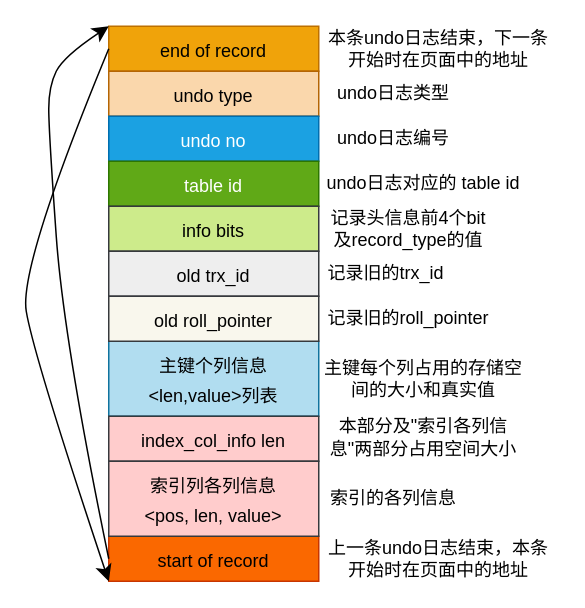
Earlier version of the draw.io diagram page "trx undo del mask" (24 of 25) of mysql/mysql查询.drawio (josek43326/draw.io). Source tidied: cells renumbered, new cells numbered last; positions are measured from the earlier drawing's top-left corner, leaving out a move shared by most shapes. Both pictures are drawn from the tidied source at 150%, with x=0, y=0 at pixel (18, 26).
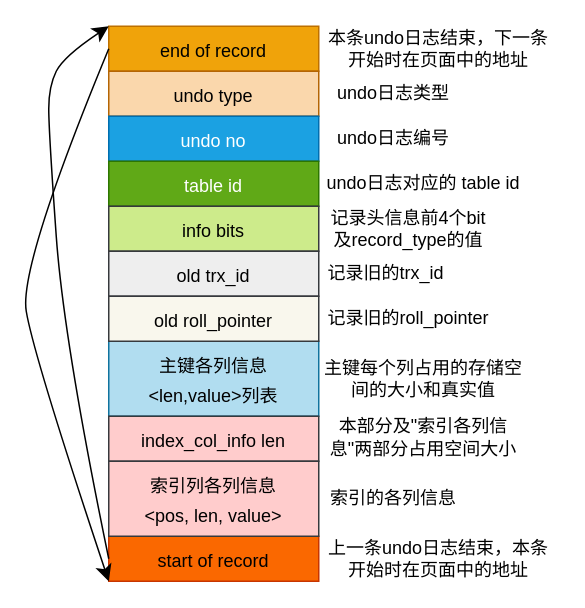
The same diagram, later.

The edit, as a diff of the source:
```diff
@@
-    <mxCell id="6" value="&lt;span style=&quot;font-size: 12px;&quot;&gt;主键个列信息&lt;br&gt;&amp;lt;len,value&amp;gt;列表&lt;br&gt;&lt;/span&gt;" style="rounded=0;whiteSpace=wrap;html=1;fontSize=16;fillColor=#b1ddf0;strokeColor=#10739e;" parent="1" vertex="1">
+    <mxCell id="6" value="&lt;span style=&quot;font-size: 12px;&quot;&gt;主键各列信息&lt;br&gt;&amp;lt;len,value&amp;gt;列表&lt;br&gt;&lt;/span&gt;" style="rounded=0;whiteSpace=wrap;html=1;fontSize=16;fillColor=#b1ddf0;strokeColor=#10739e;" parent="1" vertex="1">
       <mxGeometry x="60" y="210" width="140" height="50" as="geometry" />
     </mxCell>
```
